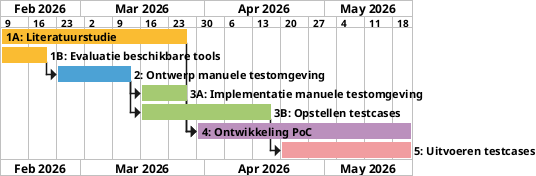
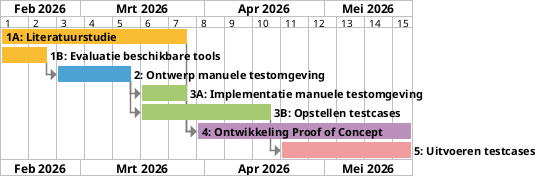
@startgantt p2a_gantt
<style>
ganttDiagram {
  FontName Montserrat
-   FontStyle bold
+   task {
+     FontStyle bold
+   }
+   arrow {
+     LineColor #808080
+   }
}
</style>

+ language nl
+ 
Project starts 2026-02-09
- projectscale weekly with calendar date
+ projectscale weekly with week numbering from 1

- [1A: Literatuurstudie] starts 2026-02-09 and ends 2026-03-27
- [1A: Literatuurstudie] is colored in #FABC32
+ [1A: Literatuurstudie              ] starts 2026-02-09 and ends 2026-03-27
+ [1A: Literatuurstudie              ] is colored in #FABC32

[1B: Evaluatie beschikbare tools] starts 2026-02-09 and ends 2026-02-20
[1B: Evaluatie beschikbare tools] is colored in #FABC32

[2: Ontwerp manuele testomgeving] starts 2026-02-23 and ends 2026-03-13
[2: Ontwerp manuele testomgeving] is colored in #4CA2D5
[2: Ontwerp manuele testomgeving] starts after [1B: Evaluatie beschikbare tools]'s end

[3A: Implementatie manuele testomgeving] starts 2026-03-16 and ends 2026-03-27
[3A: Implementatie manuele testomgeving] is colored in #A5CA72
[3A: Implementatie manuele testomgeving] starts after [2: Ontwerp manuele testomgeving]'s end

[3B: Opstellen testcases] starts 2026-03-16 and ends 2026-04-17
[3B: Opstellen testcases] is colored in #A5CA72
[3B: Opstellen testcases] starts after [2: Ontwerp manuele testomgeving]'s end

- [4: Ontwikkeling PoC] starts 2026-03-30 and ends 2026-05-22
- [4: Ontwikkeling PoC] is colored in #BB90BD
- [4: Ontwikkeling PoC] starts after [1A: Literatuurstudie]'s end
- [4: Ontwikkeling PoC] starts after [3A: Implementatie manuele testomgeving]'s end
+ [4: Ontwikkeling Proof of Concept] starts 2026-03-30 and ends 2026-05-22
+ [4: Ontwikkeling Proof of Concept] is colored in #BB90BD
+ [4: Ontwikkeling Proof of Concept] starts after [1A: Literatuurstudie              ]'s end
+ [4: Ontwikkeling Proof of Concept] starts after [3A: Implementatie manuele testomgeving]'s end

[5: Uitvoeren testcases] starts 2026-04-20 and ends 2026-05-22
[5: Uitvoeren testcases] is colored in #F19DA0
[5: Uitvoeren testcases] starts after [3B: Opstellen testcases]'s end

@endgantt